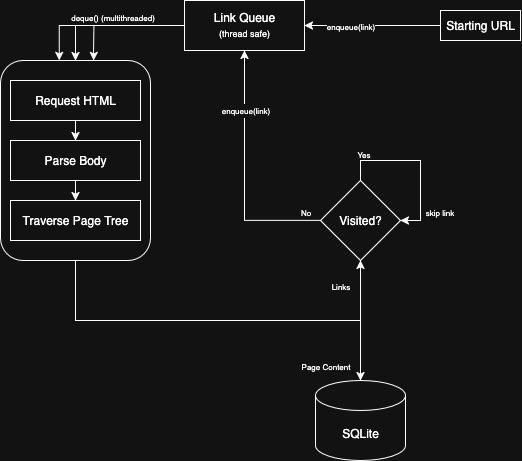
This is images/diagram.png from firozt/go-webcrawler, a draw.io export, as it was before one commit. Source tidied: cells renumbered, new cells last; positions are measured from the earlier drawing's top-left corner, leaving out a move shared by most shapes. The source it was exported from:
```xml
<mxGraphModel>
  <root>
    <mxCell id="0" />
    <mxCell id="1" parent="0" />
    <mxCell id="2" style="edgeStyle=orthogonalEdgeStyle;rounded=0;jettySize=auto;html=1;exitX=0.5;exitY=1;exitDx=0;exitDy=0;" parent="1" edge="1" source="3" target="10">
      <mxGeometry relative="1" as="geometry" />
    </mxCell>
    <mxCell id="3" style="rounded=1;whiteSpace=wrap;html=1;" parent="1" vertex="1">
      <mxGeometry y="60" width="150" height="200" as="geometry" />
    </mxCell>
    <mxCell id="4" style="edgeStyle=orthogonalEdgeStyle;rounded=0;jettySize=auto;html=1;" parent="1" edge="1" source="5" target="7">
      <mxGeometry relative="1" as="geometry" />
    </mxCell>
    <mxCell id="5" value="Request HTML" style="rounded=0;whiteSpace=wrap;html=1;" parent="1" vertex="1">
      <mxGeometry x="10" y="80" width="130" height="40" as="geometry" />
    </mxCell>
    <mxCell id="6" style="edgeStyle=orthogonalEdgeStyle;rounded=0;jettySize=auto;html=1;entryX=0.5;entryY=0;entryDx=0;entryDy=0;" parent="1" edge="1" source="7" target="9">
      <mxGeometry relative="1" as="geometry" />
    </mxCell>
    <mxCell id="7" value="Parse Body" style="rounded=0;whiteSpace=wrap;html=1;" parent="1" vertex="1">
      <mxGeometry x="10" y="140" width="130" height="40" as="geometry" />
    </mxCell>
    <mxCell id="8" style="edgeStyle=orthogonalEdgeStyle;rounded=0;jettySize=auto;html=1;exitX=0.5;exitY=1;exitDx=0;exitDy=0;entryX=0.5;entryY=1;entryDx=0;entryDy=0;" parent="1" edge="1" source="3" target="17">
      <mxGeometry relative="1" as="geometry">
        <Array as="points">
          <mxPoint x="75" y="320" />
          <mxPoint x="360" y="320" />
        </Array>
      </mxGeometry>
    </mxCell>
    <mxCell id="9" value="Traverse Page Tree" style="rounded=0;whiteSpace=wrap;html=1;" parent="1" vertex="1">
      <mxGeometry x="10" y="200" width="130" height="40" as="geometry" />
    </mxCell>
    <mxCell id="10" value="SQLite" style="shape=cylinder3;whiteSpace=wrap;html=1;boundedLbl=1;backgroundOutline=1;size=15;" parent="1" vertex="1">
      <mxGeometry x="315" y="380" width="90" height="80" as="geometry" />
    </mxCell>
    <mxCell id="11" style="edgeStyle=orthogonalEdgeStyle;rounded=0;jettySize=auto;html=1;" parent="1" edge="1" source="12" target="3">
      <mxGeometry relative="1" as="geometry" />
    </mxCell>
    <mxCell id="12" value="&lt;div&gt;Link Queue&lt;/div&gt;&lt;font style=&quot;font-size: 9px;&quot;&gt;(thread safe)&lt;/font&gt;" style="rounded=0;whiteSpace=wrap;html=1;" parent="1" vertex="1">
      <mxGeometry x="184" width="120" height="50" as="geometry" />
    </mxCell>
    <mxCell id="13" value="&lt;font style=&quot;font-size: 8px;&quot;&gt;Page Content&lt;/font&gt;" style="text;html=1;align=center;verticalAlign=middle;strokeColor=none;fillColor=none;" parent="1" vertex="1">
      <mxGeometry x="290" y="350" width="70" height="30" as="geometry" />
    </mxCell>
    <mxCell id="14" value="&lt;font style=&quot;font-size: 8px;&quot;&gt;No&lt;/font&gt;" style="text;html=1;align=center;verticalAlign=middle;strokeColor=none;fillColor=none;" parent="1" vertex="1">
      <mxGeometry x="290" y="196" width="30" height="30" as="geometry" />
    </mxCell>
    <mxCell id="15" style="edgeStyle=orthogonalEdgeStyle;rounded=0;jettySize=auto;html=1;entryX=0.5;entryY=1;entryDx=0;entryDy=0;" parent="1" edge="1" source="17" target="12">
      <mxGeometry relative="1" as="geometry">
        <Array as="points">
          <mxPoint x="320" y="220" />
          <mxPoint x="320" y="220" />
        </Array>
      </mxGeometry>
    </mxCell>
    <mxCell id="16" value="&lt;font style=&quot;font-size: 8px;&quot;&gt;enqueue(link)&lt;/font&gt;" style="edgeLabel;html=1;align=center;verticalAlign=middle;" parent="15" vertex="1">
      <mxGeometry x="0.52" y="-1" relative="1" as="geometry" />
    </mxCell>
    <mxCell id="17" value="Visited?" style="rhombus;whiteSpace=wrap;html=1;" parent="1" vertex="1">
      <mxGeometry x="320" y="180" width="80" height="80" as="geometry" />
    </mxCell>
    <mxCell id="18" value="&lt;font style=&quot;font-size: 8px;&quot;&gt;Links&lt;/font&gt;" style="text;html=1;align=center;verticalAlign=middle;strokeColor=none;fillColor=none;" parent="1" vertex="1">
      <mxGeometry x="320" y="270" width="40" height="30" as="geometry" />
    </mxCell>
    <mxCell id="19" value="&lt;font style=&quot;font-size: 8px;&quot;&gt;Yes&lt;/font&gt;" style="text;html=1;align=center;verticalAlign=middle;strokeColor=none;fillColor=none;" parent="1" vertex="1">
      <mxGeometry x="343" y="138" width="40" height="30" as="geometry" />
    </mxCell>
    <mxCell id="20" style="edgeStyle=orthogonalEdgeStyle;rounded=0;orthogonalLoop=1;jettySize=auto;html=1;entryX=1;entryY=0.5;entryDx=0;entryDy=0;" parent="1" edge="1" source="17" target="17">
      <mxGeometry relative="1" as="geometry" />
    </mxCell>
    <mxCell id="21" value="&lt;font style=&quot;font-size: 8px;&quot;&gt;skip link&lt;/font&gt;" style="text;html=1;align=center;verticalAlign=middle;strokeColor=none;fillColor=none;" parent="1" vertex="1">
      <mxGeometry x="414" y="196" width="50" height="30" as="geometry" />
    </mxCell>
    <mxCell id="22" style="edgeStyle=orthogonalEdgeStyle;rounded=0;jettySize=auto;html=1;" parent="1" edge="1" source="24" target="12">
      <mxGeometry relative="1" as="geometry" />
    </mxCell>
    <mxCell id="23" value="&lt;font style=&quot;font-size: 8px;&quot;&gt;enqueue(link)&lt;/font&gt;" style="edgeLabel;html=1;align=center;verticalAlign=middle;" parent="22" vertex="1">
      <mxGeometry x="0.32" y="1" relative="1" as="geometry" />
    </mxCell>
    <mxCell id="24" value="Starting URL" style="rounded=0;whiteSpace=wrap;html=1;" parent="1" vertex="1">
      <mxGeometry x="440" y="10" width="80" height="30" as="geometry" />
    </mxCell>
    <mxCell id="25" style="edgeStyle=orthogonalEdgeStyle;rounded=0;jettySize=auto;html=1;" parent="1" edge="1" source="12">
      <mxGeometry relative="1" as="geometry">
        <mxPoint x="93" y="60" as="targetPoint" />
      </mxGeometry>
    </mxCell>
    <mxCell id="26" style="edgeStyle=orthogonalEdgeStyle;rounded=0;jettySize=auto;html=1;entryX=0.392;entryY=-0.001;entryDx=0;entryDy=0;entryPerimeter=0;" parent="1" edge="1" source="12" target="3">
      <mxGeometry relative="1" as="geometry" />
    </mxCell>
    <mxCell id="27" value="&lt;font style=&quot;font-size: 8px;&quot;&gt;deque() (multithreaded)&lt;/font&gt;" style="edgeLabel;html=1;align=center;verticalAlign=middle;" parent="26" vertex="1">
      <mxGeometry x="-0.09" y="1" relative="1" as="geometry">
        <mxPoint y="-9" as="offset" />
      </mxGeometry>
    </mxCell>
  </root>
</mxGraphModel>
```
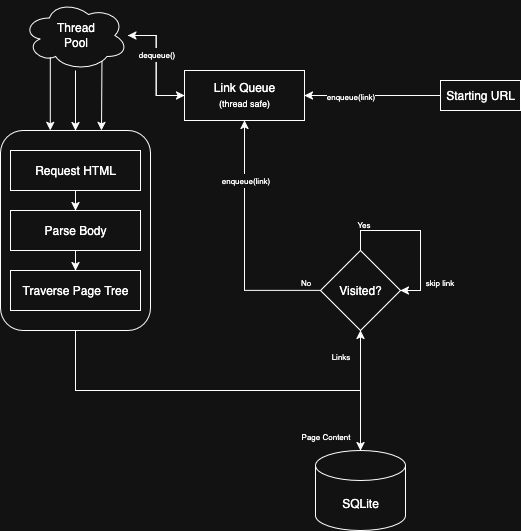
After the commit.

Change to the diagram source:
```diff
@@ -34,9 +34,9 @@
     <mxCell id="10" value="SQLite" style="shape=cylinder3;whiteSpace=wrap;html=1;boundedLbl=1;backgroundOutline=1;size=15;" parent="1" vertex="1">
       <mxGeometry x="315" y="380" width="90" height="80" as="geometry" />
     </mxCell>
-    <mxCell id="11" style="edgeStyle=orthogonalEdgeStyle;rounded=0;jettySize=auto;html=1;" parent="1" edge="1" source="12" target="3">
-      <mxGeometry relative="1" as="geometry" />
-    </mxCell>
+    <mxCell id="28" style="edgeStyle=orthogonalEdgeStyle;rounded=0;jettySize=auto;html=1;" parent="1" edge="1" source="12" target="32">
+      <mxGeometry relative="1" as="geometry" />
+    </mxCell>
     <mxCell id="12" value="&lt;div&gt;Link Queue&lt;/div&gt;&lt;font style=&quot;font-size: 9px;&quot;&gt;(thread safe)&lt;/font&gt;" style="rounded=0;whiteSpace=wrap;html=1;" parent="1" vertex="1">
       <mxGeometry x="184" width="120" height="50" as="geometry" />
     </mxCell>
@@ -81,18 +81,25 @@
     <mxCell id="24" value="Starting URL" style="rounded=0;whiteSpace=wrap;html=1;" parent="1" vertex="1">
       <mxGeometry x="440" y="10" width="80" height="30" as="geometry" />
     </mxCell>
-    <mxCell id="25" style="edgeStyle=orthogonalEdgeStyle;rounded=0;jettySize=auto;html=1;" parent="1" edge="1" source="12">
-      <mxGeometry relative="1" as="geometry">
-        <mxPoint x="93" y="60" as="targetPoint" />
-      </mxGeometry>
-    </mxCell>
-    <mxCell id="26" style="edgeStyle=orthogonalEdgeStyle;rounded=0;jettySize=auto;html=1;entryX=0.392;entryY=-0.001;entryDx=0;entryDy=0;entryPerimeter=0;" parent="1" edge="1" source="12" target="3">
-      <mxGeometry relative="1" as="geometry" />
-    </mxCell>
-    <mxCell id="27" value="&lt;font style=&quot;font-size: 8px;&quot;&gt;deque() (multithreaded)&lt;/font&gt;" style="edgeLabel;html=1;align=center;verticalAlign=middle;" parent="26" vertex="1">
-      <mxGeometry x="-0.09" y="1" relative="1" as="geometry">
-        <mxPoint y="-9" as="offset" />
-      </mxGeometry>
-    </mxCell>
+    <mxCell id="29" style="edgeStyle=orthogonalEdgeStyle;rounded=0;jettySize=auto;html=1;" parent="1" edge="1" source="32" target="12">
+      <mxGeometry relative="1" as="geometry" />
+    </mxCell>
+    <mxCell id="30" value="&lt;font style=&quot;font-size: 8px;&quot;&gt;dequeue()&lt;/font&gt;" style="edgeLabel;html=1;align=center;verticalAlign=middle;" parent="29" vertex="1">
+      <mxGeometry x="-0.18" relative="1" as="geometry" />
+    </mxCell>
+    <mxCell id="31" style="edgeStyle=orthogonalEdgeStyle;rounded=0;jettySize=auto;html=1;" parent="1" edge="1" source="32" target="3">
+      <mxGeometry relative="1" as="geometry" />
+    </mxCell>
+    <mxCell id="32" value="&lt;div&gt;Thread&lt;/div&gt;&lt;div&gt;Pool&lt;/div&gt;" style="ellipse;shape=cloud;whiteSpace=wrap;html=1;" parent="1" vertex="1">
+      <mxGeometry x="22.5" y="-70" width="105" height="70" as="geometry" />
+    </mxCell>
+    <mxCell id="33" style="edgeStyle=orthogonalEdgeStyle;rounded=0;jettySize=auto;html=1;entryX=0.332;entryY=-0.001;entryDx=0;entryDy=0;entryPerimeter=0;exitX=0.26;exitY=0.811;exitDx=0;exitDy=0;exitPerimeter=0;" parent="1" edge="1" source="32" target="3">
+      <mxGeometry relative="1" as="geometry" />
+    </mxCell>
+    <mxCell id="34" style="edgeStyle=orthogonalEdgeStyle;rounded=0;jettySize=auto;html=1;entryX=0.332;entryY=-0.001;entryDx=0;entryDy=0;entryPerimeter=0;exitX=0.752;exitY=0.871;exitDx=0;exitDy=0;exitPerimeter=0;" parent="1" edge="1" source="32">
+      <mxGeometry relative="1" as="geometry">
+        <mxPoint x="101" y="60" as="targetPoint" />
+      </mxGeometry>
+    </mxCell>
   </root>
 </mxGraphModel>
```
